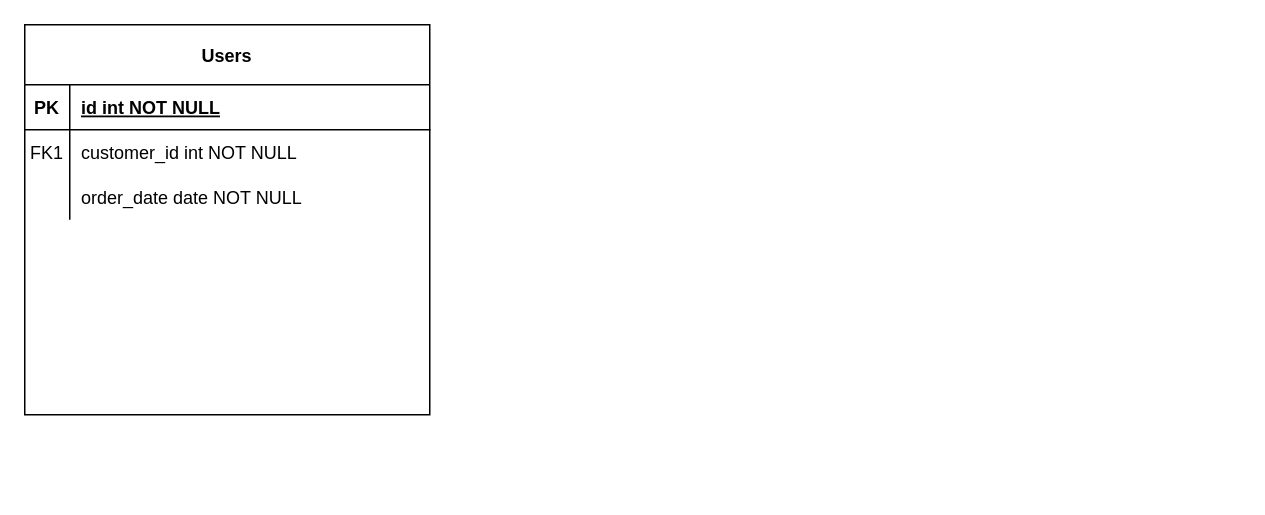
This is docs/changeable.drawio from takeruun/changeable-blog-api, a draw.io file, before an edit. Source tidied: cells renumbered, new cells numbered last; positions are measured from the earlier drawing's top-left corner, leaving out a move shared by most shapes. Both pictures are drawn from the tidied source at 150%, with x=0, y=0 at pixel (24, 24).
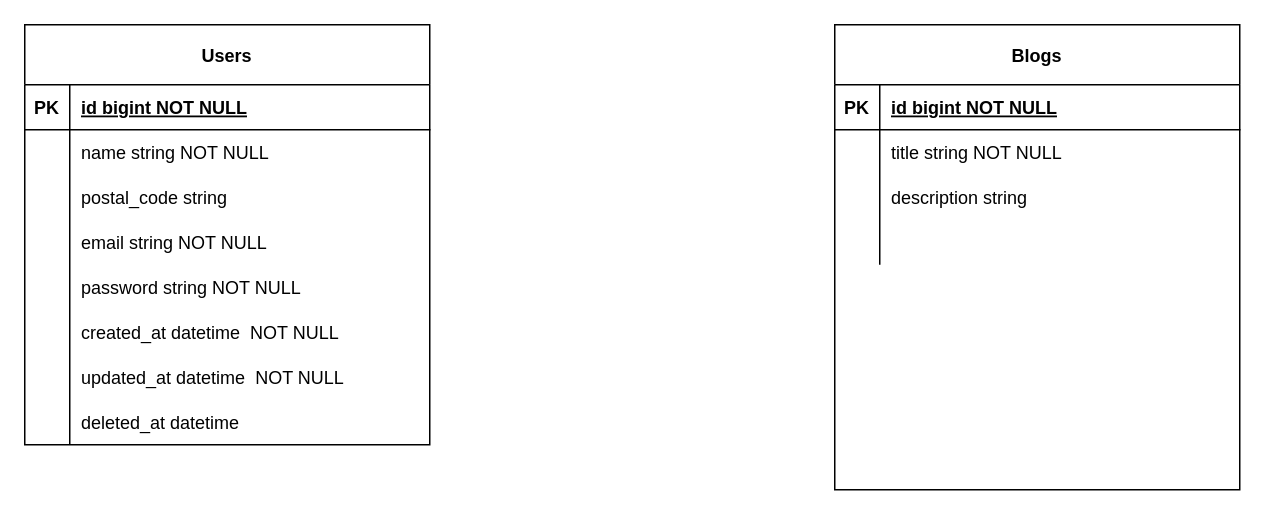
Above is the later version.

Commit message (it also covers changes not shown here):
changeable.drawio を更新します

Unchanged cells that the change refers to:
```xml
<mxCell id="3" style="shape=partialRectangle;fillColor=none;top=0;left=0;right=0;bottom=1;" parent="2" vertex="1">
  <mxGeometry y="40" width="270" height="30" as="geometry" />
</mxCell>
<mxCell id="6" style="shape=partialRectangle;fillColor=none;top=0;left=0;right=0;bottom=0;" parent="2" vertex="1">
  <mxGeometry y="70" width="270" height="30" as="geometry" />
</mxCell>
<mxCell id="9" style="shape=partialRectangle;fillColor=none;top=0;left=0;right=0;bottom=0;" parent="2" vertex="1">
  <mxGeometry y="100" width="270" height="30" as="geometry" />
</mxCell>
```

The edit, as a diff of the source:
```diff
@@
     <mxCell id="2" value="Users" style="shape=table;startSize=40;childLayout=tableLayout;rowLines=0;fontStyle=1;align=center;" parent="1" vertex="1">
-      <mxGeometry width="270" height="260" as="geometry" />
+      <mxGeometry width="270" height="280" as="geometry" />
     </mxCell>
@@
-    <mxCell id="5" value="id int NOT NULL " style="shape=partialRectangle;overflow=hidden;fillColor=none;top=0;left=0;bottom=0;right=0;align=left;spacingLeft=6;fontStyle=5;" parent="3" vertex="1">
+    <mxCell id="5" value="id bigint NOT NULL " style="shape=partialRectangle;overflow=hidden;fillColor=none;top=0;left=0;bottom=0;right=0;align=left;spacingLeft=6;fontStyle=5;" parent="3" vertex="1">
       <mxGeometry x="30" width="240" height="30" as="geometry" />
     </mxCell>
@@
-    <mxCell id="7" value="FK1" style="shape=partialRectangle;overflow=hidden;fillColor=none;top=0;left=0;bottom=0;right=0;" parent="6" vertex="1">
+    <mxCell id="7" style="shape=partialRectangle;overflow=hidden;fillColor=none;top=0;left=0;bottom=0;right=0;" parent="6" vertex="1">
       <mxGeometry width="30" height="30" as="geometry" />
     </mxCell>
-    <mxCell id="8" value="customer_id int NOT NULL" style="shape=partialRectangle;overflow=hidden;fillColor=none;top=0;left=0;bottom=0;right=0;align=left;spacingLeft=6;" parent="6" vertex="1">
+    <mxCell id="8" value="name string NOT NULL" style="shape=partialRectangle;overflow=hidden;fillColor=none;top=0;left=0;bottom=0;right=0;align=left;spacingLeft=6;" parent="6" vertex="1">
       <mxGeometry x="30" width="240" height="30" as="geometry" />
     </mxCell>
@@
-    <mxCell id="11" value="order_date date NOT NULL" style="shape=partialRectangle;overflow=hidden;fillColor=none;top=0;left=0;bottom=0;right=0;align=left;spacingLeft=6;" parent="9" vertex="1">
+    <mxCell id="11" value="postal_code string " style="shape=partialRectangle;overflow=hidden;fillColor=none;top=0;left=0;bottom=0;right=0;align=left;spacingLeft=6;" parent="9" vertex="1">
       <mxGeometry x="30" width="240" height="30" as="geometry" />
     </mxCell>
+    <mxCell id="12" style="shape=partialRectangle;fillColor=none;top=0;left=0;right=0;bottom=0;" parent="2" vertex="1">
+      <mxGeometry y="130" width="270" height="30" as="geometry" />
+    </mxCell>
+    <mxCell id="13" style="shape=partialRectangle;overflow=hidden;fillColor=none;top=0;left=0;bottom=0;right=0;" parent="12" vertex="1">
+      <mxGeometry width="30" height="30" as="geometry" />
+    </mxCell>
+    <mxCell id="14" value="email string NOT NULL" style="shape=partialRectangle;overflow=hidden;fillColor=none;top=0;left=0;bottom=0;right=0;align=left;spacingLeft=6;" parent="12" vertex="1">
+      <mxGeometry x="30" width="240" height="30" as="geometry" />
+    </mxCell>
+    <mxCell id="15" style="shape=partialRectangle;fillColor=none;top=0;left=0;right=0;bottom=0;" parent="2" vertex="1">
+      <mxGeometry y="160" width="270" height="30" as="geometry" />
+    </mxCell>
+    <mxCell id="16" style="shape=partialRectangle;overflow=hidden;fillColor=none;top=0;left=0;bottom=0;right=0;" parent="15" vertex="1">
+      <mxGeometry width="30" height="30" as="geometry" />
+    </mxCell>
+    <mxCell id="17" value="password string NOT NULL" style="shape=partialRectangle;overflow=hidden;fillColor=none;top=0;left=0;bottom=0;right=0;align=left;spacingLeft=6;" parent="15" vertex="1">
+      <mxGeometry x="30" width="240" height="30" as="geometry" />
+    </mxCell>
+    <mxCell id="18" style="shape=partialRectangle;fillColor=none;top=0;left=0;right=0;bottom=0;" parent="2" vertex="1">
+      <mxGeometry y="190" width="270" height="30" as="geometry" />
+    </mxCell>
+    <mxCell id="19" style="shape=partialRectangle;overflow=hidden;fillColor=none;top=0;left=0;bottom=0;right=0;" parent="18" vertex="1">
+      <mxGeometry width="30" height="30" as="geometry" />
+    </mxCell>
+    <mxCell id="20" value="created_at datetime  NOT NULL" style="shape=partialRectangle;overflow=hidden;fillColor=none;top=0;left=0;bottom=0;right=0;align=left;spacingLeft=6;" parent="18" vertex="1">
+      <mxGeometry x="30" width="240" height="30" as="geometry" />
+    </mxCell>
+    <mxCell id="21" style="shape=partialRectangle;fillColor=none;top=0;left=0;right=0;bottom=0;" parent="2" vertex="1">
+      <mxGeometry y="220" width="270" height="30" as="geometry" />
+    </mxCell>
+    <mxCell id="22" style="shape=partialRectangle;overflow=hidden;fillColor=none;top=0;left=0;bottom=0;right=0;" parent="21" vertex="1">
+      <mxGeometry width="30" height="30" as="geometry" />
+    </mxCell>
+    <mxCell id="23" value="updated_at datetime  NOT NULL" style="shape=partialRectangle;overflow=hidden;fillColor=none;top=0;left=0;bottom=0;right=0;align=left;spacingLeft=6;" parent="21" vertex="1">
+      <mxGeometry x="30" width="240" height="30" as="geometry" />
+    </mxCell>
+    <mxCell id="24" style="shape=partialRectangle;fillColor=none;top=0;left=0;right=0;bottom=0;" parent="2" vertex="1">
+      <mxGeometry y="250" width="270" height="30" as="geometry" />
+    </mxCell>
+    <mxCell id="25" style="shape=partialRectangle;overflow=hidden;fillColor=none;top=0;left=0;bottom=0;right=0;" parent="24" vertex="1">
+      <mxGeometry width="30" height="30" as="geometry" />
+    </mxCell>
+    <mxCell id="26" value="deleted_at datetime" style="shape=partialRectangle;overflow=hidden;fillColor=none;top=0;left=0;bottom=0;right=0;align=left;spacingLeft=6;" parent="24" vertex="1">
+      <mxGeometry x="30" width="240" height="30" as="geometry" />
+    </mxCell>
+    <mxCell id="27" value="Blogs" style="shape=table;startSize=40;childLayout=tableLayout;rowLines=0;fontStyle=1;align=center;" parent="1" vertex="1">
+      <mxGeometry x="540" width="270" height="310" as="geometry" />
+    </mxCell>
+    <mxCell id="28" style="shape=partialRectangle;fillColor=none;top=0;left=0;right=0;bottom=1;" parent="27" vertex="1">
+      <mxGeometry y="40" width="270" height="30" as="geometry" />
+    </mxCell>
+    <mxCell id="29" value="PK" style="shape=partialRectangle;overflow=hidden;fillColor=none;top=0;left=0;bottom=0;right=0;fontStyle=1;" parent="28" vertex="1">
+      <mxGeometry width="30" height="30" as="geometry" />
+    </mxCell>
+    <mxCell id="30" value="id bigint NOT NULL " style="shape=partialRectangle;overflow=hidden;fillColor=none;top=0;left=0;bottom=0;right=0;align=left;spacingLeft=6;fontStyle=5;" parent="28" vertex="1">
+      <mxGeometry x="30" width="240" height="30" as="geometry" />
+    </mxCell>
+    <mxCell id="31" style="shape=partialRectangle;fillColor=none;top=0;left=0;right=0;bottom=0;" parent="27" vertex="1">
+      <mxGeometry y="70" width="270" height="30" as="geometry" />
+    </mxCell>
+    <mxCell id="32" style="shape=partialRectangle;overflow=hidden;fillColor=none;top=0;left=0;bottom=0;right=0;" parent="31" vertex="1">
+      <mxGeometry width="30" height="30" as="geometry" />
+    </mxCell>
+    <mxCell id="33" value="title string NOT NULL" style="shape=partialRectangle;overflow=hidden;fillColor=none;top=0;left=0;bottom=0;right=0;align=left;spacingLeft=6;" parent="31" vertex="1">
+      <mxGeometry x="30" width="240" height="30" as="geometry" />
+    </mxCell>
+    <mxCell id="34" style="shape=partialRectangle;fillColor=none;top=0;left=0;right=0;bottom=0;" parent="27" vertex="1">
+      <mxGeometry y="100" width="270" height="30" as="geometry" />
+    </mxCell>
+    <mxCell id="35" style="shape=partialRectangle;overflow=hidden;fillColor=none;top=0;left=0;bottom=0;right=0;" parent="34" vertex="1">
+      <mxGeometry width="30" height="30" as="geometry" />
+    </mxCell>
+    <mxCell id="36" value="description string" style="shape=partialRectangle;overflow=hidden;fillColor=none;top=0;left=0;bottom=0;right=0;align=left;spacingLeft=6;" parent="34" vertex="1">
+      <mxGeometry x="30" width="240" height="30" as="geometry" />
+    </mxCell>
+    <mxCell id="37" style="shape=partialRectangle;fillColor=none;top=0;left=0;right=0;bottom=0;" parent="27" vertex="1">
+      <mxGeometry y="130" width="270" height="30" as="geometry" />
+    </mxCell>
+    <mxCell id="38" style="shape=partialRectangle;overflow=hidden;fillColor=none;top=0;left=0;bottom=0;right=0;" parent="37" vertex="1">
+      <mxGeometry width="30" height="30" as="geometry" />
+    </mxCell>
+    <mxCell id="39" style="shape=partialRectangle;overflow=hidden;fillColor=none;top=0;left=0;bottom=0;right=0;align=left;spacingLeft=6;" parent="37" vertex="1">
+      <mxGeometry x="30" width="240" height="30" as="geometry" />
+    </mxCell>
```
